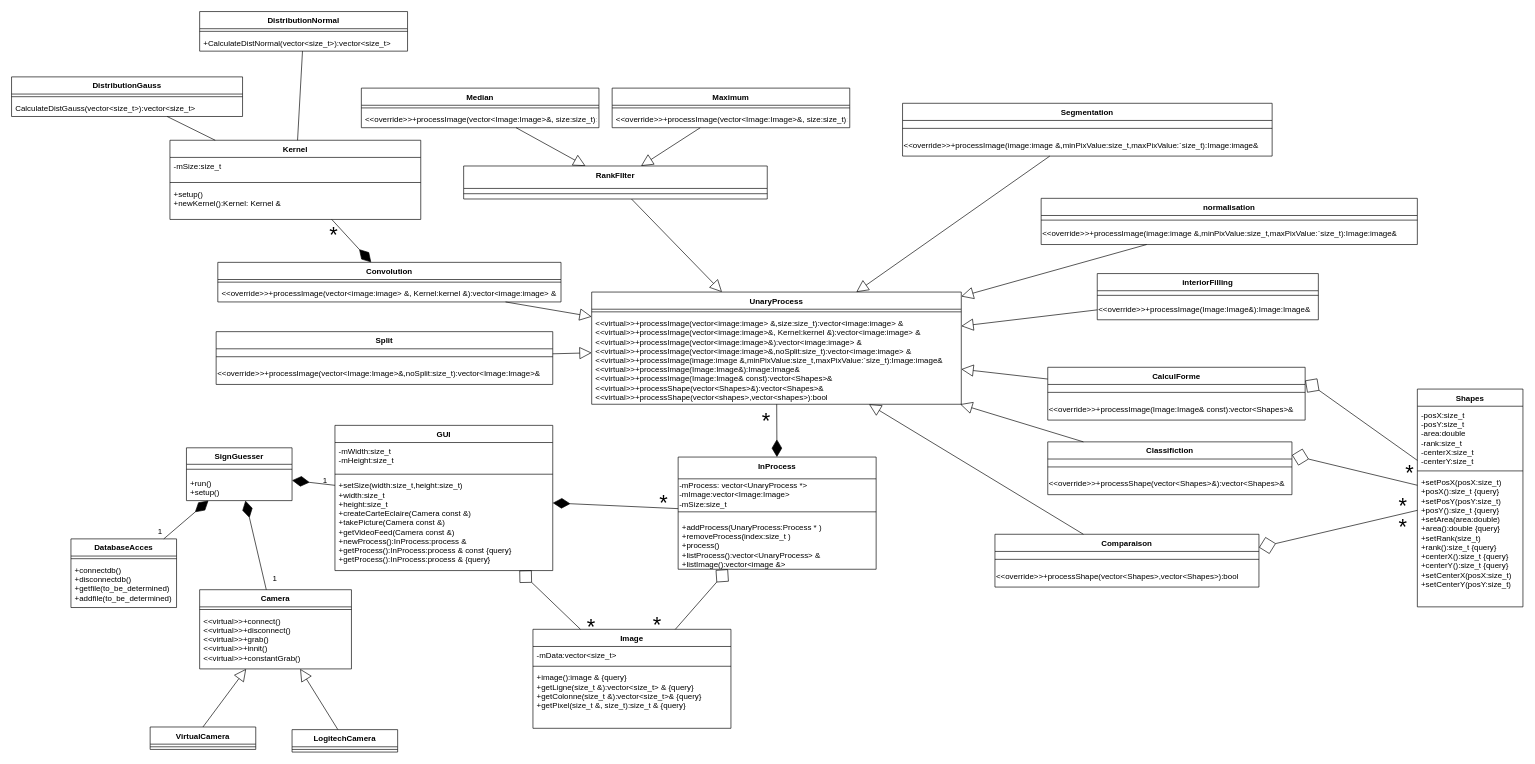
The draw.io diagram class_diagramm.drawio in VincentRochon/B65_Synth, before the edit. Source tidied: cells renumbered, new cells numbered last; positions are measured from the earlier drawing's top-left corner, leaving out a move shared by most shapes. Both pictures are drawn from the tidied source at 66%, with x=0, y=0 at pixel (11, 11).
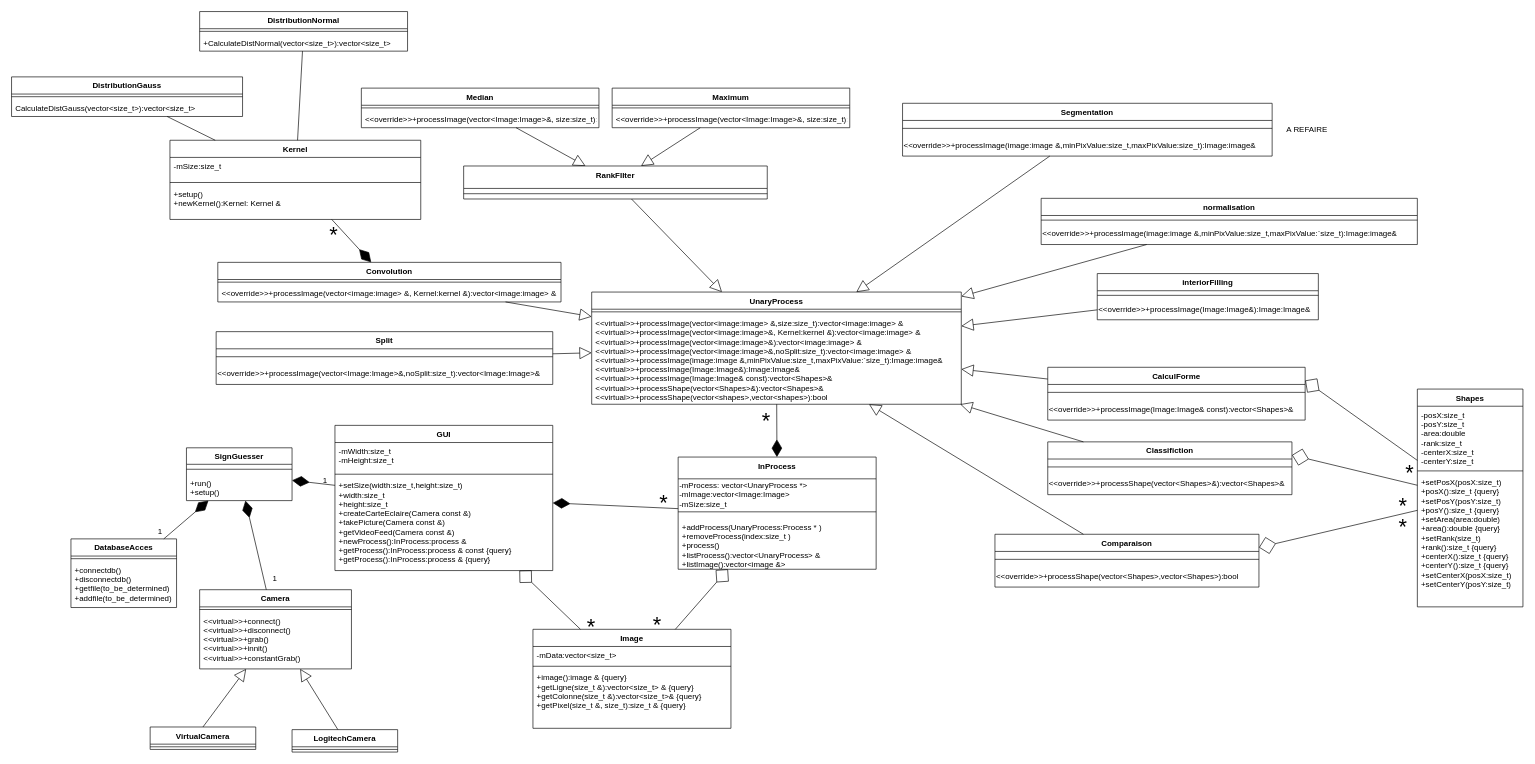
After the change.

Unchanged cells that the change refers to:
```xml
<mxCell id="14" value="Segmentation" style="swimlane;fontStyle=1;align=center;verticalAlign=top;horizontal=1;startSize=26;" parent="1" vertex="1">
  <mxGeometry x="1350" y="139" width="560" height="80" as="geometry" />
</mxCell>
```

Diff of the diagram source:
```diff
@@
-    <mxCell id="16" value="&amp;lt;&amp;lt;override&amp;gt;&amp;gt;+processImage(image:image &amp;amp;,minPixValue:size_t,maxPixValue:`size_t):Image:image&amp;amp;" style="text;html=1;" parent="14" vertex="1">
+    <mxCell id="16" value="&amp;lt;&amp;lt;override&amp;gt;&amp;gt;+processImage(image:image &amp;amp;,minPixValue:size_t,maxPixValue:size_t):Image:image&amp;amp;" style="text;html=1;" parent="14" vertex="1">
       <mxGeometry y="50" width="560" height="30" as="geometry" />
     </mxCell>
@@
+    <mxCell id="113" value="A REFAIRE" style="text;html=1;align=left;verticalAlign=top;spacingTop=-4;" parent="1" vertex="1">
+      <mxGeometry x="1930" y="169" width="80" height="20" as="geometry" />
+    </mxCell>
```
